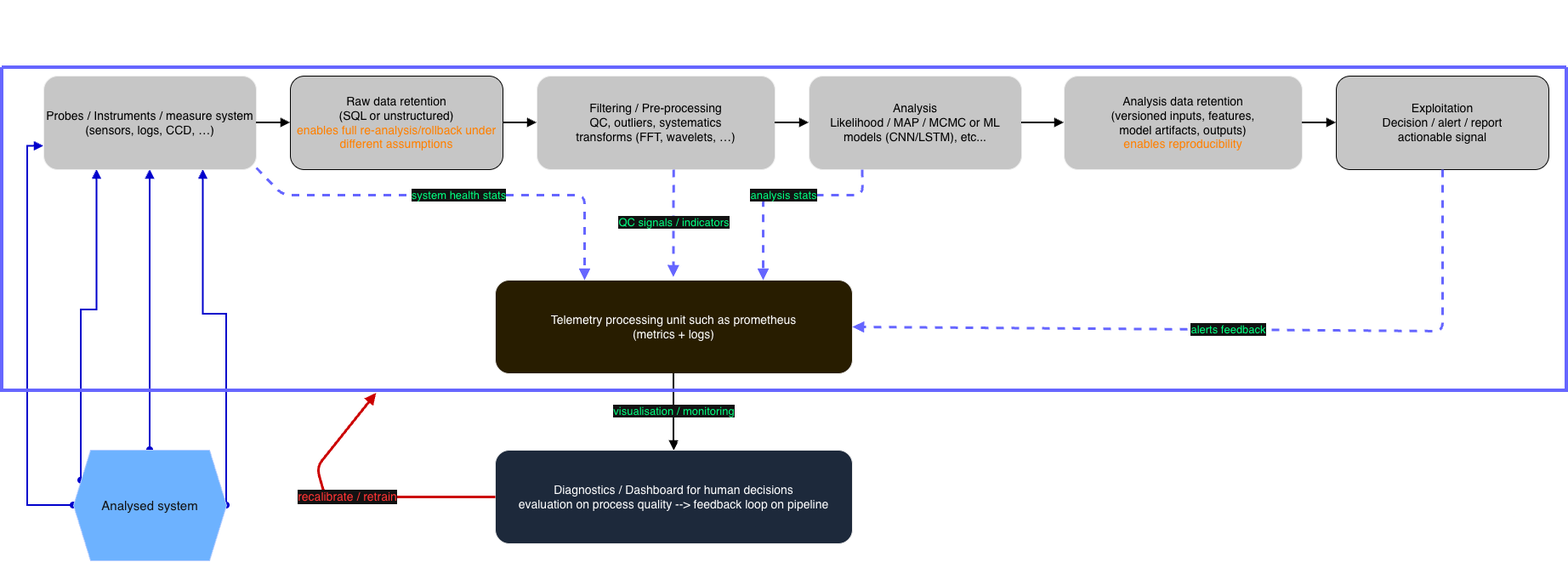
Above: pipeline-colored.drawio.png in OthmanB/ressources (draw.io), before the change. Source tidied: cells renumbered, new cells last; positions are measured from the earlier drawing's top-left corner, leaving out a move shared by most shapes.
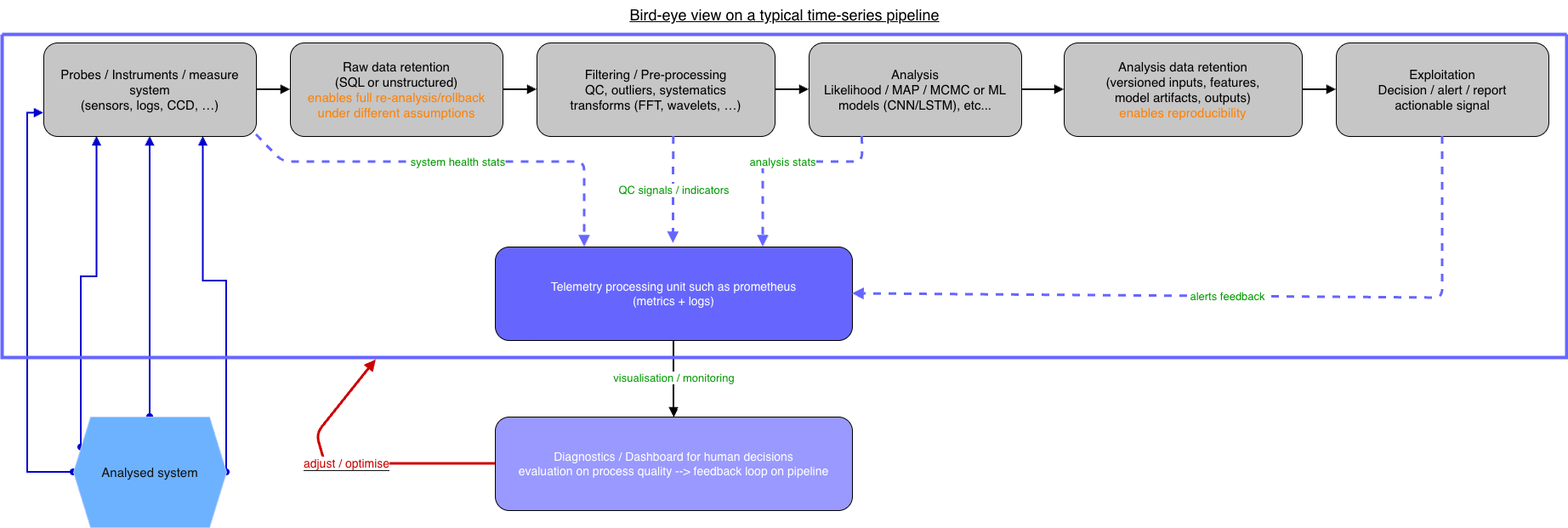
The same diagram one commit later.

Change to the diagram source:
```diff
@@ -24,22 +24,22 @@
         </Array>
       </mxGeometry>
     </mxCell>
-    <mxCell id="6" value="&lt;font style=&quot;color: light-dark(rgb(0, 0, 0), rgb(0, 0, 0));&quot;&gt;Probes / Instruments / measure system&lt;br&gt;(sensors, logs, CCD, …)&lt;/font&gt;" style="rounded=1;whiteSpace=wrap;html=1;fillColor=light-dark(#FFFFFF,#C6C6C6);strokeColor=#000000;fontSize=14;" parent="1" vertex="1">
+    <mxCell id="6" value="&lt;font style=&quot;color: light-dark(rgb(0, 0, 0), rgb(0, 0, 0)); font-size: 15px;&quot;&gt;Probes / Instruments / measure system&lt;br&gt;(sensors, logs, CCD, …)&lt;/font&gt;" style="rounded=1;whiteSpace=wrap;html=1;fillColor=light-dark(#FFFFFF,#C6C6C6);strokeColor=light-dark(#000000,#000000);fontSize=14;" parent="1" vertex="1">
       <mxGeometry x="49" y="90" width="250" height="110" as="geometry" />
     </mxCell>
-    <mxCell id="7" value="&lt;font style=&quot;color: light-dark(rgb(0, 0, 0), rgb(0, 0, 0));&quot;&gt;Raw data retention&lt;br&gt;(SQL or unstructured)&lt;/font&gt;&lt;br&gt;&lt;font style=&quot;color: light-dark(rgb(0, 0, 0), rgb(255, 128, 0));&quot;&gt;enables full re-analysis/rollback under different assumptions&lt;/font&gt;" style="rounded=1;whiteSpace=wrap;html=1;fillColor=light-dark(#FFFFFF,#C6C6C6);strokeColor=light-dark(#000000,#000000);fontSize=14;" parent="1" vertex="1">
+    <mxCell id="7" value="&lt;font style=&quot;font-size: 15px;&quot;&gt;&lt;font style=&quot;color: light-dark(rgb(0, 0, 0), rgb(0, 0, 0));&quot;&gt;Raw data retention&lt;br&gt;(SQL or unstructured)&lt;/font&gt;&lt;br&gt;&lt;font style=&quot;color: light-dark(rgb(0, 0, 0), rgb(255, 128, 0));&quot;&gt;enables full re-analysis/rollback under different assumptions&lt;/font&gt;&lt;/font&gt;" style="rounded=1;whiteSpace=wrap;html=1;fillColor=light-dark(#FFFFFF,#C6C6C6);strokeColor=light-dark(#000000,#000000);fontSize=14;" parent="1" vertex="1">
       <mxGeometry x="339" y="90" width="250" height="110" as="geometry" />
     </mxCell>
-    <mxCell id="8" value="&lt;font style=&quot;color: light-dark(rgb(0, 0, 0), rgb(0, 0, 0));&quot;&gt;Filtering / Pre-processing&lt;br&gt;QC, outliers, systematics&lt;br&gt;transforms (FFT, wavelets, …)&lt;/font&gt;" style="rounded=1;whiteSpace=wrap;html=1;fillColor=light-dark(#FFFFFF,#C6C6C6);strokeColor=#000000;fontSize=14;" parent="1" vertex="1">
+    <mxCell id="8" value="&lt;font style=&quot;color: light-dark(rgb(0, 0, 0), rgb(0, 0, 0)); font-size: 15px;&quot;&gt;Filtering / Pre-processing&lt;br&gt;QC, outliers, systematics&lt;br&gt;transforms (FFT, wavelets, …)&lt;/font&gt;" style="rounded=1;whiteSpace=wrap;html=1;fillColor=light-dark(#FFFFFF,#C6C6C6);strokeColor=light-dark(#000000,#000000);fontSize=14;" parent="1" vertex="1">
       <mxGeometry x="629" y="90" width="280" height="110" as="geometry" />
     </mxCell>
-    <mxCell id="9" value="&lt;font style=&quot;color: light-dark(rgb(0, 0, 0), rgb(0, 0, 0));&quot;&gt;Analysis&lt;br&gt;Likelihood / MAP / MCMC or ML models (CNN/LSTM), etc...&lt;/font&gt;" style="rounded=1;whiteSpace=wrap;html=1;fillColor=light-dark(#FFFFFF,#C6C6C6);strokeColor=#000000;fontSize=14;" parent="1" vertex="1">
+    <mxCell id="9" value="&lt;font style=&quot;color: light-dark(rgb(0, 0, 0), rgb(0, 0, 0)); font-size: 15px;&quot;&gt;Analysis&lt;br&gt;Likelihood / MAP / MCMC or ML models (CNN/LSTM), etc...&lt;/font&gt;" style="rounded=1;whiteSpace=wrap;html=1;fillColor=light-dark(#FFFFFF,#C6C6C6);strokeColor=light-dark(#000000,#000000);fontSize=14;" parent="1" vertex="1">
       <mxGeometry x="949" y="90" width="250" height="110" as="geometry" />
     </mxCell>
-    <mxCell id="10" value="&lt;font style=&quot;color: light-dark(rgb(0, 0, 0), rgb(0, 0, 0));&quot;&gt;Analysis data retention&lt;br&gt;(versioned inputs, features,&lt;br&gt;model artifacts, outputs)&lt;/font&gt;&lt;br&gt;&lt;font style=&quot;color: light-dark(rgb(0, 0, 0), rgb(255, 128, 0));&quot;&gt;enables reproducibility&lt;/font&gt;" style="rounded=1;whiteSpace=wrap;html=1;fillColor=light-dark(#FFFFFF,#C6C6C6);strokeColor=#000000;fontSize=14;" parent="1" vertex="1">
+    <mxCell id="10" value="&lt;font style=&quot;font-size: 15px;&quot;&gt;&lt;font style=&quot;color: light-dark(rgb(0, 0, 0), rgb(0, 0, 0));&quot;&gt;Analysis data retention&lt;br&gt;(versioned inputs, features,&lt;br&gt;model artifacts, outputs)&lt;/font&gt;&lt;br&gt;&lt;font style=&quot;color: light-dark(rgb(0, 0, 0), rgb(255, 128, 0));&quot;&gt;enables reproducibility&lt;/font&gt;&lt;/font&gt;" style="rounded=1;whiteSpace=wrap;html=1;fillColor=light-dark(#FFFFFF,#C6C6C6);strokeColor=light-dark(#000000,#000000);fontSize=14;" parent="1" vertex="1">
       <mxGeometry x="1249" y="90" width="280" height="110" as="geometry" />
     </mxCell>
-    <mxCell id="11" value="&lt;font style=&quot;color: light-dark(rgb(0, 0, 0), rgb(0, 0, 0));&quot;&gt;Exploitation&lt;br&gt;Decision / alert / report&lt;br&gt;actionable signal&lt;/font&gt;" style="rounded=1;whiteSpace=wrap;html=1;fillColor=light-dark(#FFFFFF,#C6C6C6);strokeColor=light-dark(#000000,#000000);fontSize=14;" parent="1" vertex="1">
+    <mxCell id="11" value="&lt;font style=&quot;color: light-dark(rgb(0, 0, 0), rgb(0, 0, 0)); font-size: 15px;&quot;&gt;Exploitation&lt;br&gt;Decision / alert / report&lt;br&gt;actionable signal&lt;/font&gt;" style="rounded=1;whiteSpace=wrap;html=1;fillColor=light-dark(#FFFFFF,#C6C6C6);strokeColor=light-dark(#000000,#000000);fontSize=14;" parent="1" vertex="1">
       <mxGeometry x="1569" y="90" width="250" height="110" as="geometry" />
     </mxCell>
     <mxCell id="12" style="endArrow=block;endFill=1;strokeWidth=2;html=1;strokeColor=light-dark(#000000,#000000);" parent="1" edge="1" source="6" target="7">
@@ -63,14 +63,14 @@
     <mxCell id="18" style="edgeStyle=orthogonalEdgeStyle;rounded=0;jettySize=auto;html=1;strokeColor=light-dark(#000000,#000000);" parent="1" edge="1" source="19" target="20">
       <mxGeometry relative="1" as="geometry" />
     </mxCell>
-    <mxCell id="19" value="Telemetry processing unit such as prometheus&lt;br&gt;(metrics + logs)" style="rounded=1;whiteSpace=wrap;html=1;fillColor=#fff2cc;strokeColor=#000000;fontSize=14;" parent="1" vertex="1">
+    <mxCell id="19" value="Telemetry processing unit such as prometheus&lt;br&gt;(metrics + logs)" style="rounded=1;whiteSpace=wrap;html=1;fillColor=light-dark(#FFF2CC,#6666FF);strokeColor=light-dark(#000000,#000000);fontSize=14;" parent="1" vertex="1">
       <mxGeometry x="580" y="330" width="420" height="110" as="geometry" />
     </mxCell>
-    <mxCell id="20" value="Diagnostics / Dashboard for human decisions&lt;br&gt;evaluation on process quality --&amp;gt; feedback loop on pipeline" style="rounded=1;whiteSpace=wrap;html=1;fillColor=#dae8fc;strokeColor=#000000;fontSize=14;" parent="1" vertex="1">
+    <mxCell id="20" value="Diagnostics / Dashboard for human decisions&lt;br&gt;evaluation on process quality --&amp;gt; feedback loop on pipeline" style="rounded=1;whiteSpace=wrap;html=1;fillColor=light-dark(#DAE8FC,#9999FF);strokeColor=light-dark(#000000,#000000);fontSize=14;" parent="1" vertex="1">
       <mxGeometry x="580" y="530" width="420" height="110" as="geometry" />
     </mxCell>
-    <mxCell id="21" value="&lt;font style=&quot;font-size: 13px; color: light-dark(rgb(0, 0, 0), rgb(0, 255, 128));&quot;&gt;system health stats&lt;/font&gt;" style="dashed=1;endArrow=block;endFill=1;strokeWidth=3;html=1;entryX=0.25;entryY=0;entryDx=0;entryDy=0;fillColor=#0050ef;strokeColor=light-dark(#000000,#6666FF);" parent="1" edge="1" target="19">
-      <mxGeometry relative="1" as="geometry">
+    <mxCell id="21" value="&lt;font style=&quot;font-size: 13px; color: light-dark(rgb(0, 0, 0), rgb(0, 153, 0)); background-color: light-dark(rgb(255, 255, 255), rgb(255, 255, 255));&quot;&gt;system health stats&lt;/font&gt;" style="dashed=1;endArrow=block;endFill=1;strokeWidth=3;html=1;entryX=0.25;entryY=0;entryDx=0;entryDy=0;fillColor=#0050ef;strokeColor=light-dark(#000000,#6666FF);" parent="1" edge="1" target="19">
+      <mxGeometry x="0.01" relative="1" as="geometry">
         <mxPoint x="299" y="198" as="sourcePoint" />
         <Array as="points">
           <mxPoint x="330" y="230" />
@@ -78,13 +78,13 @@
         </Array>
       </mxGeometry>
     </mxCell>
-    <mxCell id="22" value="&lt;font style=&quot;color: light-dark(rgb(0, 0, 0), rgb(0, 255, 128)); font-size: 13px;&quot;&gt;QC signals / indicators&lt;/font&gt;" style="dashed=1;endArrow=block;endFill=1;strokeWidth=3;html=1;fillColor=#0050ef;strokeColor=light-dark(#000000,#6666FF);exitX=0.25;exitY=1;exitDx=0;exitDy=0;" parent="1" edge="1">
+    <mxCell id="22" value="&lt;font style=&quot;font-size: 13px; background-color: light-dark(rgb(255, 255, 255), rgb(255, 255, 255)); color: light-dark(rgb(0, 0, 0), rgb(0, 153, 0));&quot;&gt;QC signals / indicators&lt;/font&gt;" style="dashed=1;endArrow=block;endFill=1;strokeWidth=3;html=1;fillColor=#0050ef;strokeColor=light-dark(#000000,#6666FF);exitX=0.25;exitY=1;exitDx=0;exitDy=0;" parent="1" edge="1">
       <mxGeometry x="-0.01" relative="1" as="geometry">
         <mxPoint x="789.7" y="200" as="sourcePoint" />
         <mxPoint x="789.4" y="326" as="targetPoint" />
       </mxGeometry>
     </mxCell>
-    <mxCell id="23" value="&lt;font style=&quot;color: light-dark(rgb(0, 0, 0), rgb(0, 255, 128)); font-size: 13px;&quot;&gt;analysis stats&lt;/font&gt;" style="dashed=1;endArrow=block;endFill=1;strokeWidth=3;html=1;exitX=0.25;exitY=1;exitDx=0;exitDy=0;entryX=0.75;entryY=0;entryDx=0;entryDy=0;strokeColor=light-dark(#000000,#6666FF);" parent="1" edge="1" source="9" target="19">
+    <mxCell id="23" value="&lt;font style=&quot;font-size: 13px; color: light-dark(rgb(0, 0, 0), rgb(0, 153, 0)); background-color: light-dark(rgb(255, 255, 255), rgb(255, 255, 255));&quot;&gt;analysis stats&lt;/font&gt;" style="dashed=1;endArrow=block;endFill=1;strokeWidth=3;html=1;exitX=0.25;exitY=1;exitDx=0;exitDy=0;entryX=0.75;entryY=0;entryDx=0;entryDy=0;strokeColor=light-dark(#000000,#6666FF);" parent="1" edge="1" source="9" target="19">
       <mxGeometry relative="1" as="geometry">
         <Array as="points">
           <mxPoint x="1012" y="230" />
@@ -92,17 +92,17 @@
         </Array>
       </mxGeometry>
     </mxCell>
-    <mxCell id="24" value="&lt;font style=&quot;font-size: 13px; color: light-dark(rgb(0, 0, 0), rgb(0, 255, 128));&quot;&gt;alerts feedback&lt;/font&gt;" style="dashed=1;endArrow=block;endFill=1;strokeWidth=3;html=1;entryX=1;entryY=0.5;entryDx=0;entryDy=0;exitX=0.5;exitY=1;exitDx=0;exitDy=0;strokeColor=light-dark(#000000,#6666FF);" parent="1" edge="1" source="11" target="19">
+    <mxCell id="24" value="&lt;font style=&quot;font-size: 13px; color: light-dark(rgb(0, 0, 0), rgb(0, 153, 0)); background-color: light-dark(rgb(255, 255, 255), rgb(255, 255, 255));&quot;&gt;alerts feedback&lt;/font&gt;" style="dashed=1;endArrow=block;endFill=1;strokeWidth=3;html=1;entryX=1;entryY=0.5;entryDx=0;entryDy=0;exitX=0.5;exitY=1;exitDx=0;exitDy=0;strokeColor=light-dark(#000000,#6666FF);" parent="1" edge="1" source="11" target="19">
       <mxGeometry relative="1" as="geometry">
         <Array as="points">
           <mxPoint x="1694" y="390" />
         </Array>
       </mxGeometry>
     </mxCell>
-    <mxCell id="25" value="&lt;font style=&quot;font-size: 13px; color: light-dark(rgb(0, 0, 0), rgb(0, 255, 128));&quot;&gt;visualisation / monitoring&lt;/font&gt;" style="endArrow=block;endFill=1;strokeWidth=2;html=1;strokeColor=light-dark(#000000,#000000);" parent="1" edge="1" source="19" target="20">
+    <mxCell id="25" value="&lt;font style=&quot;font-size: 13px; color: light-dark(rgb(0, 0, 0), rgb(0, 153, 0)); background-color: light-dark(rgb(255, 255, 255), rgb(255, 255, 255));&quot;&gt;visualisation / monitoring&lt;/font&gt;" style="endArrow=block;endFill=1;strokeWidth=2;html=1;strokeColor=light-dark(#000000,#000000);" parent="1" edge="1" source="19" target="20">
       <mxGeometry x="-0.01" relative="1" as="geometry" />
     </mxCell>
-    <mxCell id="26" value="&lt;font style=&quot;color: light-dark(rgb(0, 0, 0), rgb(255, 51, 51)); font-size: 14px;&quot;&gt;recalibrate / retrain&lt;/font&gt;" style="strokeColor=light-dark(#D79B00,#CC0000);strokeWidth=3;endArrow=block;endFill=1;html=1;entryX=0.239;entryY=1.007;entryDx=0;entryDy=0;entryPerimeter=0;" parent="1" edge="1" target="29">
+    <mxCell id="26" value="&lt;font style=&quot;font-size: 14px; color: light-dark(rgb(255, 255, 255), rgb(204, 0, 0)); background-color: light-dark(rgb(255, 255, 255), rgb(255, 255, 255));&quot;&gt;adjust / optimise&lt;/font&gt;" style="strokeColor=light-dark(#D79B00,#CC0000);strokeWidth=3;endArrow=block;endFill=1;html=1;entryX=0.239;entryY=1.007;entryDx=0;entryDy=0;entryPerimeter=0;" parent="1" edge="1" target="29">
       <mxGeometry relative="1" as="geometry">
         <mxPoint x="580" y="585" as="sourcePoint" />
         <Array as="points">
@@ -111,14 +111,14 @@
         </Array>
       </mxGeometry>
     </mxCell>
-    <mxCell id="27" value="Time-series pipeline: main flow (top) + feedback/diagnostics lane (bottom).&#10;Goal: preserve evidence, transform responsibly, keep outputs reproducible, and make the pipeline observable." style="text;html=1;strokeColor=none;fillColor=none;fontSize=13;" parent="1" vertex="1">
-      <mxGeometry x="30" width="1500" height="60" as="geometry" />
-    </mxCell>
     <mxCell id="28" value="&lt;font style=&quot;font-size: 15px;&quot;&gt;Analysed system&lt;/font&gt;" style="shape=hexagon;perimeter=hexagonPerimeter2;whiteSpace=wrap;html=1;fixedSize=1;fillColor=#0050ef;fontColor=#ffffff;strokeColor=#001DBC;" parent="1" vertex="1">
       <mxGeometry x="84" y="530" width="180" height="130" as="geometry" />
     </mxCell>
     <mxCell id="29" style="swimlane;startSize=0;strokeWidth=4;strokeColor=light-dark(#000000,#6666FF);" parent="1" vertex="1">
       <mxGeometry y="80" width="1840" height="380" as="geometry" />
     </mxCell>
+    <mxCell id="27" value="&lt;font style=&quot;color: light-dark(rgb(0, 0, 0), rgb(0, 0, 0)); font-size: 18px;&quot;&gt;&lt;u&gt;Bird-eye view on a typical t&lt;font style=&quot;&quot;&gt;ime-series pipeline&lt;/font&gt;&lt;/u&gt;&lt;/font&gt;" style="text;html=1;strokeColor=none;fillColor=none;fontSize=13;align=center;" parent="1" vertex="1">
+      <mxGeometry y="40" width="1840" height="60" as="geometry" />
+    </mxCell>
   </root>
 </mxGraphModel>
```
